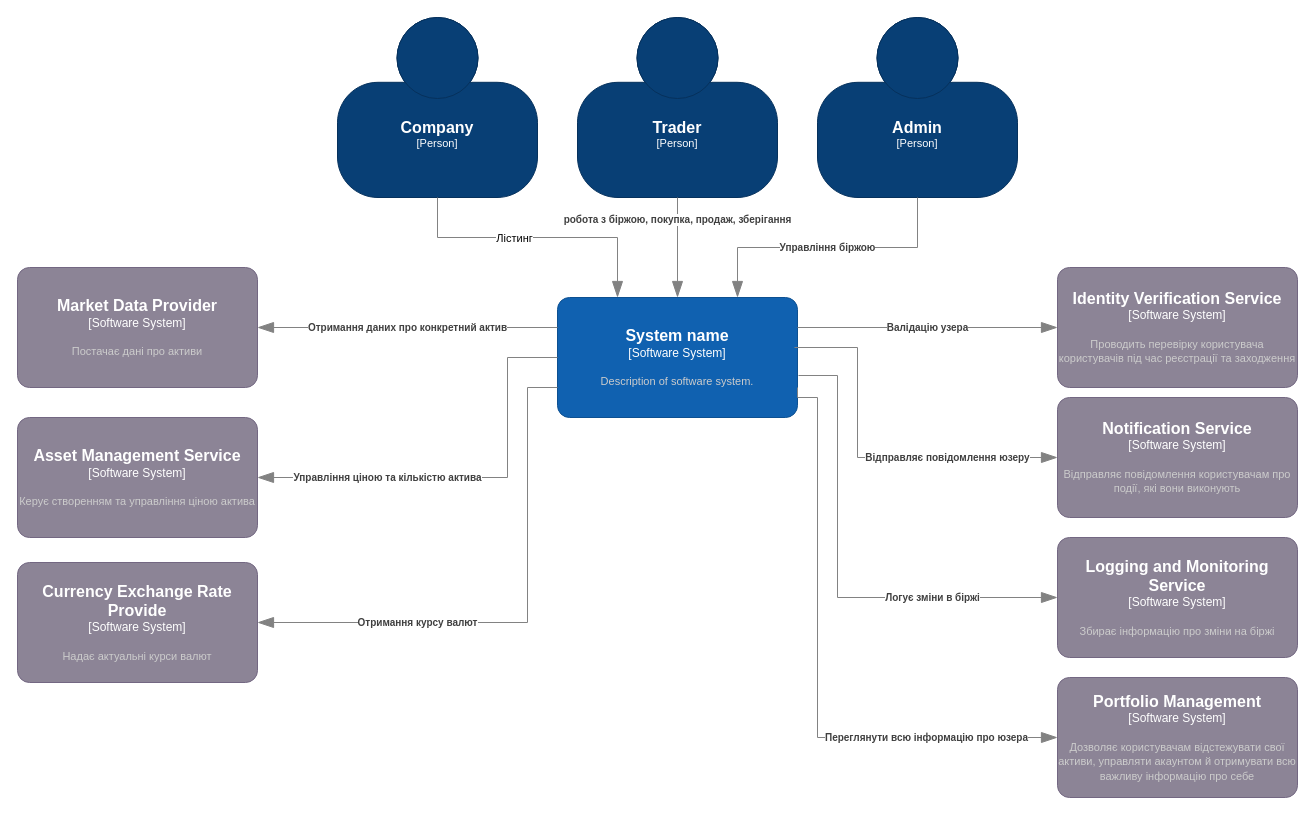
Before: context_stock_chart.drawio in GitHub-Cloud-PleskachSasha/auth-service, a draw.io diagram. Source tidied: cells renumbered, new cells numbered last; positions are measured from the earlier drawing's top-left corner, leaving out a move shared by most shapes. Both pictures are drawn from the tidied source at 100%, with x=0, y=0 at pixel (17, 17).
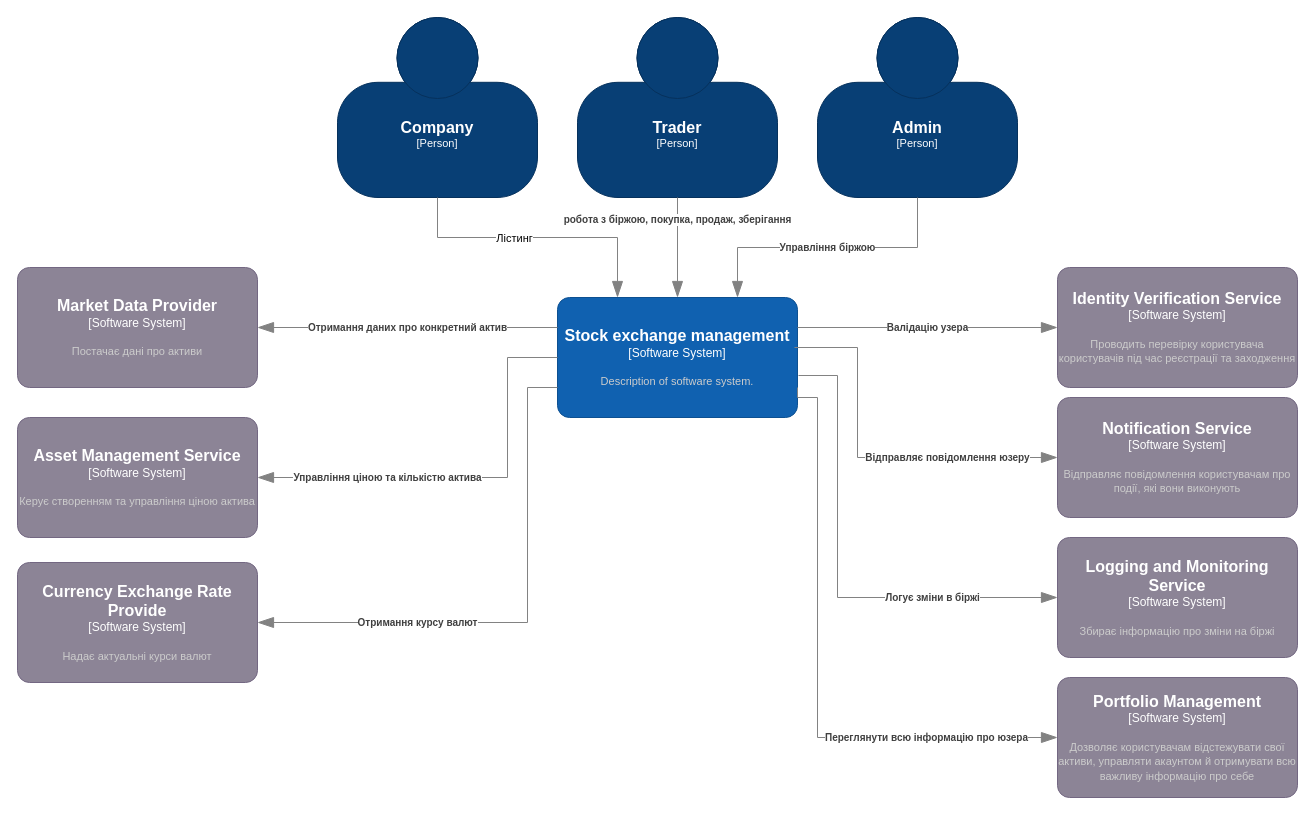
Above is the later version.

What changed in the source:
```diff
@@
-    <object id="5" label="&lt;font style=&quot;font-size: 16px&quot;&gt;&lt;b&gt;%c4Name%&lt;/b&gt;&lt;/font&gt;&lt;div&gt;[%c4Type%]&lt;/div&gt;&lt;br&gt;&lt;div&gt;&lt;font style=&quot;font-size: 11px&quot;&gt;&lt;font color=&quot;#cccccc&quot;&gt;%c4Description%&lt;/font&gt;&lt;/div&gt;" c4Description="Description of software system." c4Name="System name" c4Type="Software System" placeholders="1">
+    <object id="5" label="&lt;font style=&quot;font-size: 16px&quot;&gt;&lt;b&gt;%c4Name%&lt;/b&gt;&lt;/font&gt;&lt;div&gt;[%c4Type%]&lt;/div&gt;&lt;br&gt;&lt;div&gt;&lt;font style=&quot;font-size: 11px&quot;&gt;&lt;font color=&quot;#cccccc&quot;&gt;%c4Description%&lt;/font&gt;&lt;/div&gt;" c4Description="Description of software system." c4Name="Stock exchange management" c4Type="Software System" placeholders="1">
       <mxCell style="rounded=1;whiteSpace=wrap;html=1;labelBackgroundColor=none;fillColor=#1061B0;fontColor=#ffffff;align=center;arcSize=10;strokeColor=#0D5091;points=[[0.25,0,0],[0.5,0,0],[0.75,0,0],[1,0.25,0],[1,0.5,0],[1,0.75,0],[0.75,1,0],[0.5,1,0],[0.25,1,0],[0,0.75,0],[0,0.5,0],[0,0.25,0]];" parent="1" vertex="1">
         <mxGeometry x="540" y="280" width="240" height="120" as="geometry" />
       </mxCell>
     </object>
```
